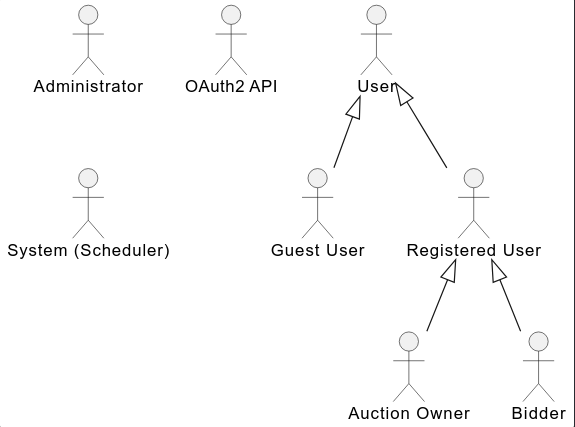
Above: uml/actors.png in itsnova204/lbaw2451 (PlantUML), before the change. Its source is kept beside it as uml/actors.plantuml. Its diagram source:
```plantuml
@startuml actors
actor "Guest User" as Guest
actor "Registered User" as User
actor "Auction Owner" as Owner
actor "Bidder" as Bidder
actor "Administrator" as Admin
actor "OAuth2 API" as Api
actor "User" as SUser
actor "System (Scheduler)" as System

SUser <|-- User
User <|-- Owner
User <|-- Bidder
SUser <|-- Guest

@enduml
```
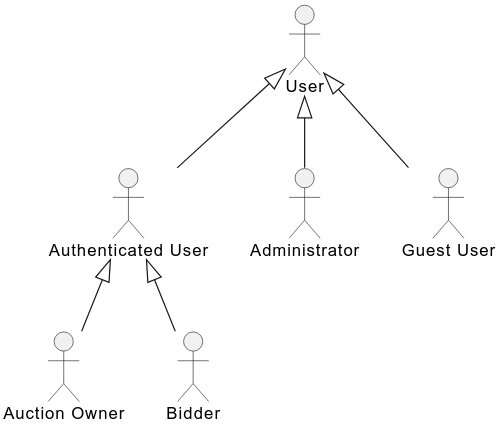
The same file after the commit.

Change to the diagram source:
```diff
@@ -1,16 +1,14 @@
 @startuml actors
-actor "Guest User" as Guest
-actor "Registered User" as User
+actor "Authenticated User" as User
 actor "Auction Owner" as Owner
 actor "Bidder" as Bidder
 actor "Administrator" as Admin
-actor "OAuth2 API" as Api
 actor "User" as SUser
-actor "System (Scheduler)" as System
-
+actor "Guest User" as Guest
 SUser <|-- User
 User <|-- Owner
 User <|-- Bidder
+SUser <|-- Admin
 SUser <|-- Guest
 
 @enduml
```
